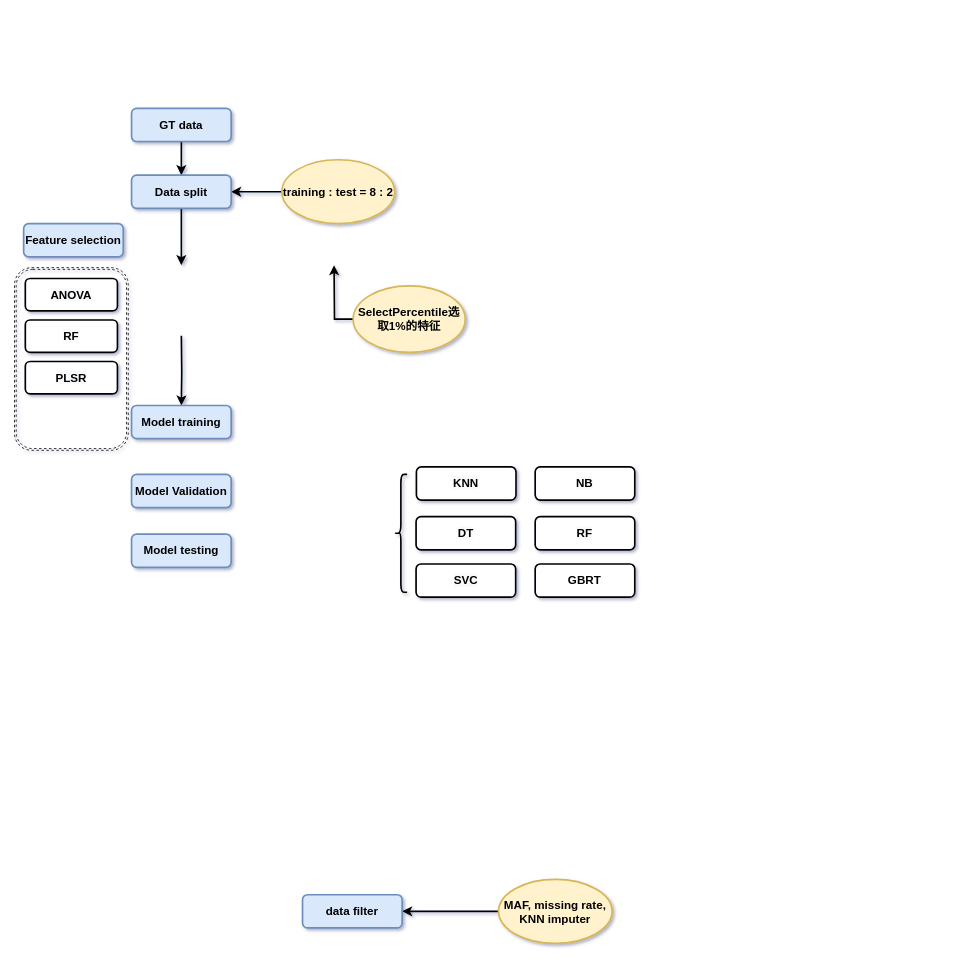
This is Breed_assign_by_ML.drawio from guoyingwei6/Flow_Charts, a draw.io file, before an edit. Source tidied: cells renumbered, new cells numbered last; positions are measured from the earlier drawing's top-left corner, leaving out a move shared by most shapes. Both pictures are drawn from the tidied source at 83%, with x=0, y=0 at pixel (14, 108).
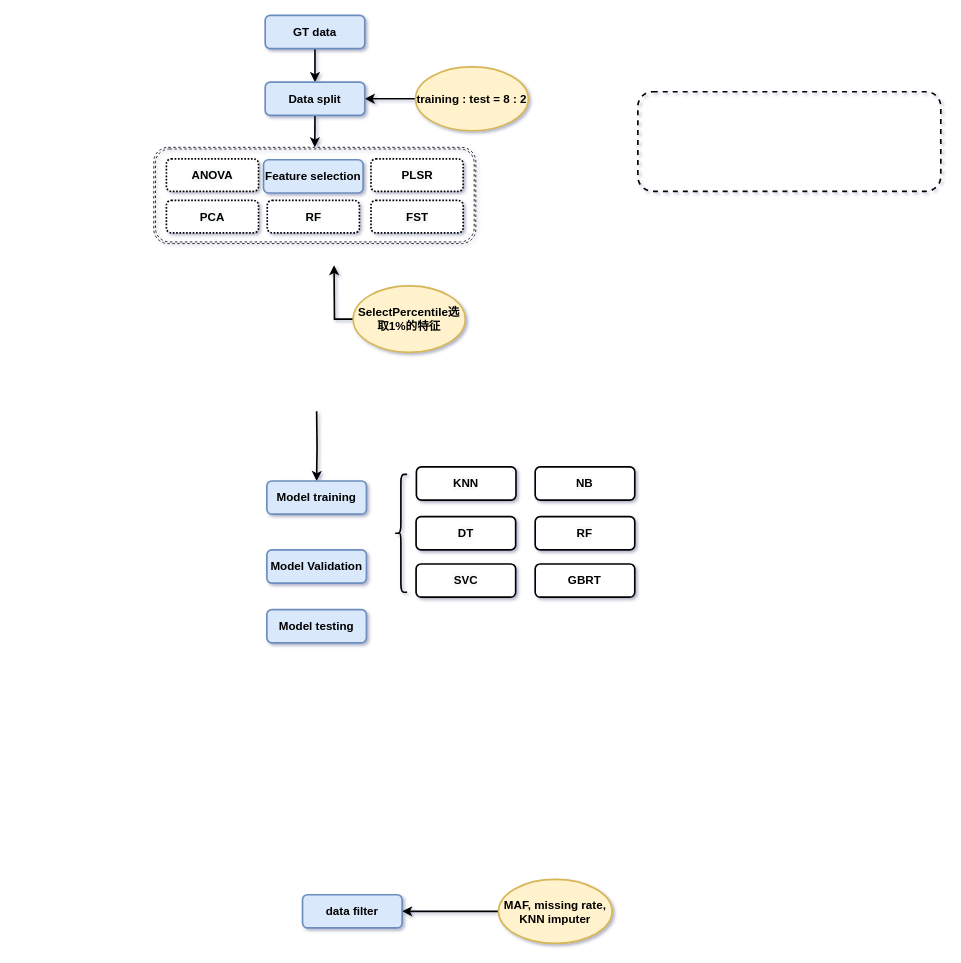
The same diagram, later.

Change to the diagram source:
```diff
@@
-    <mxCell id="2" style="edgeStyle=orthogonalEdgeStyle;rounded=0;jettySize=auto;html=1;fontSize=14;exitX=0.5;exitY=1;exitDx=0;exitDy=0;fontStyle=1;fontFamily=Helvetica;strokeWidth=2;" parent="1" edge="1" source="21">
-      <mxGeometry relative="1" as="geometry">
-        <mxPoint x="201" y="189" as="targetPoint" />
-      </mxGeometry>
+    <mxCell id="2" style="edgeStyle=orthogonalEdgeStyle;rounded=0;jettySize=auto;html=1;fontSize=14;exitX=0.5;exitY=1;exitDx=0;exitDy=0;fontStyle=1;fontFamily=Helvetica;strokeWidth=2;entryX=0.5;entryY=0;entryDx=0;entryDy=0;" parent="1" edge="1" source="21" target="25">
+      <mxGeometry relative="1" as="geometry" />
     </mxCell>
@@
     <mxCell id="4" style="edgeStyle=orthogonalEdgeStyle;rounded=0;jettySize=auto;html=1;fontSize=14;entryX=0.5;entryY=0;entryDx=0;entryDy=0;fontStyle=1;fontFamily=Helvetica;strokeWidth=2;" parent="1" edge="1" target="11">
       <mxGeometry relative="1" as="geometry">
-        <mxPoint x="201" y="274" as="sourcePoint" />
+        <mxPoint x="364" y="365" as="sourcePoint" />
       </mxGeometry>
     </mxCell>
@@
     <mxCell id="9" value="&lt;p style=&quot;font-size: 14px;&quot;&gt;&lt;span style=&quot;font-size: 14px;&quot;&gt;&lt;font style=&quot;font-size: 14px;&quot;&gt;training : test = 8 : 2&lt;/font&gt;&lt;/span&gt;&lt;/p&gt;" style="ellipse;whiteSpace=wrap;html=1;rounded=1;glass=0;strokeWidth=2;shadow=0;fontStyle=1;fontFamily=Helvetica;fillColor=#fff2cc;strokeColor=#d6b656;fontSize=14;" parent="1" vertex="1">
-      <mxGeometry x="322.1" y="62" width="135.9" height="77" as="geometry" />
+      <mxGeometry x="483.1" y="-50" width="135.9" height="77" as="geometry" />
     </mxCell>
@@
     <mxCell id="11" value="&lt;span style=&quot;font-size: 14px;&quot;&gt;Model training&lt;/span&gt;" style="rounded=1;whiteSpace=wrap;html=1;fontSize=14;fontStyle=1;fontFamily=Helvetica;fillColor=#dae8fc;strokeColor=#6c8ebf;strokeWidth=2;" parent="1" vertex="1">
-      <mxGeometry x="141" y="358" width="120" height="40" as="geometry" />
+      <mxGeometry x="304" y="449" width="120" height="40" as="geometry" />
     </mxCell>
@@
     <mxCell id="19" value="GT data" style="rounded=1;whiteSpace=wrap;html=1;fontSize=14;glass=0;strokeWidth=2;shadow=0;fontStyle=1;fontFamily=Helvetica;fillColor=#dae8fc;strokeColor=#6c8ebf;" parent="1" vertex="1">
-      <mxGeometry x="141" width="120" height="40" as="geometry" />
+      <mxGeometry x="302" y="-112" width="120" height="40" as="geometry" />
     </mxCell>
@@
     <mxCell id="21" value="Data split" style="rounded=1;whiteSpace=wrap;html=1;fontSize=14;glass=0;strokeWidth=2;shadow=0;fontStyle=1;fontFamily=Helvetica;fillColor=#dae8fc;strokeColor=#6c8ebf;" parent="1" vertex="1">
-      <mxGeometry x="141" y="80.5" width="120" height="40" as="geometry" />
+      <mxGeometry x="302" y="-31.5" width="120" height="40" as="geometry" />
     </mxCell>
-    <mxCell id="22" value="&lt;span style=&quot;font-size: 14px;&quot;&gt;Feature selection&lt;/span&gt;" style="rounded=1;whiteSpace=wrap;html=1;fontSize=14;fontStyle=1;fontFamily=Helvetica;fillColor=#dae8fc;strokeColor=#6c8ebf;strokeWidth=2;" parent="1" vertex="1">
-      <mxGeometry x="11" y="139" width="120" height="40" as="geometry" />
-    </mxCell>
     <mxCell id="23" value="&lt;span style=&quot;font-size: 14px;&quot;&gt;Model Validation&lt;/span&gt;" style="rounded=1;whiteSpace=wrap;html=1;fontSize=14;fontStyle=1;fontFamily=Helvetica;fillColor=#dae8fc;strokeColor=#6c8ebf;strokeWidth=2;" parent="1" vertex="1">
-      <mxGeometry x="141" y="441" width="120" height="40" as="geometry" />
+      <mxGeometry x="304" y="532" width="120" height="40" as="geometry" />
     </mxCell>
     <mxCell id="24" value="&lt;span style=&quot;font-size: 14px;&quot;&gt;Model testing&lt;/span&gt;" style="rounded=1;whiteSpace=wrap;html=1;fontSize=14;fontStyle=1;fontFamily=Helvetica;fillColor=#dae8fc;strokeColor=#6c8ebf;strokeWidth=2;" parent="1" vertex="1">
-      <mxGeometry x="141" y="513" width="120" height="40" as="geometry" />
+      <mxGeometry x="304" y="604" width="120" height="40" as="geometry" />
     </mxCell>
-    <mxCell id="25" style="shape=ext;double=1;rounded=1;whiteSpace=wrap;html=1;fillColor=none;dashed=1;" parent="1" vertex="1">
-      <mxGeometry y="192" width="137" height="220" as="geometry" />
-    </mxCell>
+    <mxCell id="29" style="group;" parent="1" vertex="1">
+      <mxGeometry x="183" y="61" width="372.8" height="149" as="geometry" />
+    </mxCell>
+    <mxCell id="22" value="&lt;span style=&quot;font-size: 14px;&quot;&gt;Feature selection&lt;/span&gt;" style="rounded=1;whiteSpace=wrap;html=1;fontSize=14;fontStyle=1;fontFamily=Helvetica;fillColor=#dae8fc;strokeColor=#6c8ebf;strokeWidth=2;" parent="29" vertex="1">
+      <mxGeometry x="117" y="1" width="120" height="40" as="geometry" />
+    </mxCell>
+    <mxCell id="30" style="group;" parent="29" vertex="1">
+      <mxGeometry width="372.8" height="149" as="geometry" />
+    </mxCell>
-    <mxCell id="26" value="&lt;span style=&quot;background-color: rgb(248, 249, 250);&quot;&gt;ANOVA&lt;/span&gt;" style="rounded=1;whiteSpace=wrap;html=1;fontSize=14;fontStyle=1;fontFamily=Helvetica;strokeWidth=2;" parent="1" vertex="1">
-      <mxGeometry x="13" y="205" width="111" height="39" as="geometry" />
+    <mxCell id="26" value="&lt;span style=&quot;background-color: rgb(248, 249, 250);&quot;&gt;ANOVA&lt;/span&gt;" style="rounded=1;whiteSpace=wrap;html=1;fontSize=14;fontStyle=1;fontFamily=Helvetica;strokeWidth=2;dashed=1;dashPattern=1 1;" parent="30" vertex="1">
+      <mxGeometry width="111" height="39" as="geometry" />
     </mxCell>
-    <mxCell id="27" value="&lt;span style=&quot;background-color: rgb(248, 249, 250);&quot;&gt;RF&lt;/span&gt;" style="rounded=1;whiteSpace=wrap;html=1;fontSize=14;fontStyle=1;fontFamily=Helvetica;strokeWidth=2;" parent="1" vertex="1">
-      <mxGeometry x="13" y="255" width="111" height="39" as="geometry" />
+    <mxCell id="27" value="&lt;span style=&quot;background-color: rgb(248, 249, 250);&quot;&gt;RF&lt;/span&gt;" style="rounded=1;whiteSpace=wrap;html=1;fontSize=14;fontStyle=1;fontFamily=Helvetica;strokeWidth=2;dashed=1;dashPattern=1 1;" parent="30" vertex="1">
+      <mxGeometry x="121.5" y="50" width="111" height="39" as="geometry" />
     </mxCell>
-    <mxCell id="28" value="&lt;span style=&quot;background-color: rgb(248, 249, 250);&quot;&gt;PLSR&lt;/span&gt;" style="rounded=1;whiteSpace=wrap;html=1;fontSize=14;fontStyle=1;fontFamily=Helvetica;strokeWidth=2;" parent="1" vertex="1">
-      <mxGeometry x="13" y="305" width="111" height="39" as="geometry" />
+    <mxCell id="28" value="&lt;span style=&quot;background-color: rgb(248, 249, 250);&quot;&gt;PLSR&lt;/span&gt;" style="rounded=1;whiteSpace=wrap;html=1;fontSize=14;fontStyle=1;fontFamily=Helvetica;strokeWidth=2;dashed=1;dashPattern=1 1;" parent="30" vertex="1">
+      <mxGeometry x="246.5" width="111" height="39" as="geometry" />
     </mxCell>
+    <mxCell id="31" value="&lt;span style=&quot;background-color: rgb(248, 249, 250);&quot;&gt;PCA&lt;/span&gt;" style="rounded=1;whiteSpace=wrap;html=1;fontSize=14;fontStyle=1;fontFamily=Helvetica;strokeWidth=2;dashed=1;dashPattern=1 1;" parent="30" vertex="1">
+      <mxGeometry y="50" width="111" height="39" as="geometry" />
+    </mxCell>
+    <mxCell id="32" value="&lt;span style=&quot;background-color: rgb(248, 249, 250);&quot;&gt;FST&lt;/span&gt;" style="rounded=1;whiteSpace=wrap;html=1;fontSize=14;fontStyle=1;fontFamily=Helvetica;strokeWidth=2;dashed=1;dashPattern=1 1;" parent="30" vertex="1">
+      <mxGeometry x="246.5" y="50" width="111" height="39" as="geometry" />
+    </mxCell>
+    <mxCell id="25" style="shape=ext;double=1;rounded=1;whiteSpace=wrap;html=1;fillColor=none;dashed=1;" parent="30" vertex="1">
+      <mxGeometry x="-15.2" y="-14" width="388" height="116" as="geometry" />
+    </mxCell>
+    <mxCell id="33" style="rounded=1;whiteSpace=wrap;html=1;fontSize=14;fontStyle=1;fontFamily=Helvetica;strokeWidth=2;fillColor=none;dashed=1;" parent="1" vertex="1">
+      <mxGeometry x="751" y="-20" width="365" height="120" as="geometry" />
+    </mxCell>
```
